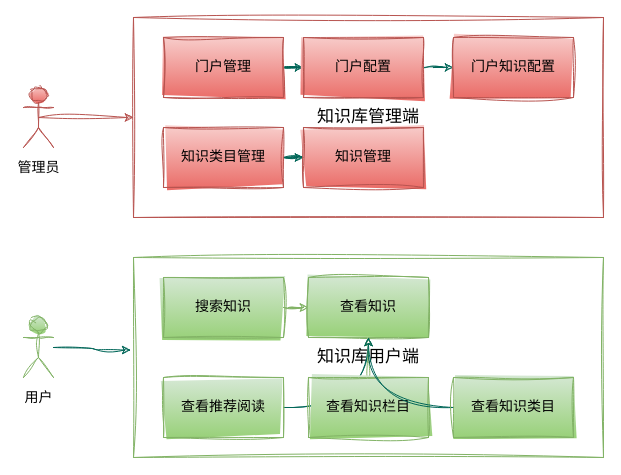
Earlier version of the draw.io diagram work/knowledge_portal/知识门户架构图.drawio (jiswordsman/diagram). Source tidied: cells renumbered, new cells numbered last; positions are measured from the earlier drawing's top-left corner, leaving out a move shared by most shapes. Both pictures are drawn from the tidied source at 100%, with x=0, y=0 at pixel (23, 17).
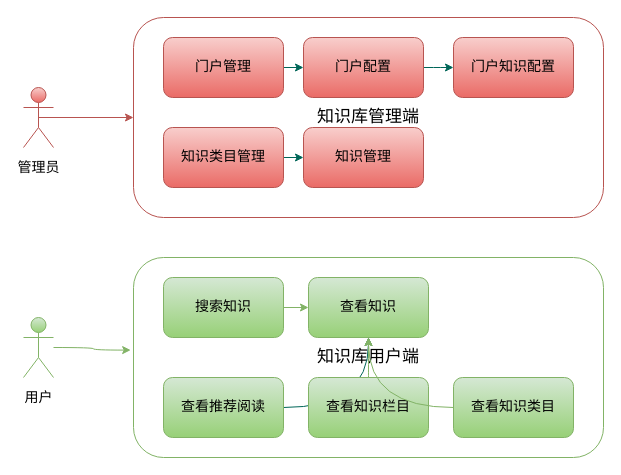
The same page after the edit.

Commit message (it also covers changes not shown here):
更新知识门户架构图.drawio

Change to the diagram source:
```diff
@@
-    <mxCell id="2" style="edgeStyle=orthogonalEdgeStyle;rounded=0;sketch=1;hachureGap=4;jiggle=2;curveFitting=1;jettySize=auto;html=1;exitX=0.5;exitY=0.5;exitDx=0;exitDy=0;exitPerimeter=0;entryX=0;entryY=0.5;entryDx=0;entryDy=0;fontFamily=Architects Daughter;fontSize=14;fontColor=#5C5C5C;fillColor=#f8cecc;strokeColor=#b85450;gradientColor=#ea6b66;" parent="1" edge="1" source="3" target="4">
+    <mxCell id="2" style="edgeStyle=orthogonalEdgeStyle;rounded=1;hachureGap=4;jettySize=auto;html=1;exitX=0.5;exitY=0.5;exitDx=0;exitDy=0;exitPerimeter=0;entryX=0;entryY=0.5;entryDx=0;entryDy=0;fontFamily=Architects Daughter;fontSize=14;fontColor=#5C5C5C;fillColor=#f8cecc;strokeColor=#b85450;gradientColor=#ea6b66;" parent="1" edge="1" source="3" target="4">
       <mxGeometry relative="1" as="geometry" />
     </mxCell>
-    <mxCell id="3" value="&lt;font style=&quot;font-size: 14px;&quot;&gt;管理员&lt;/font&gt;" style="shape=umlActor;verticalLabelPosition=bottom;verticalAlign=top;html=1;outlineConnect=0;sketch=1;hachureGap=4;jiggle=2;curveFitting=1;fontFamily=Architects Daughter;fontSize=20;labelBackgroundColor=none;fillColor=#f8cecc;strokeColor=#b85450;gradientColor=#ea6b66;" parent="1" vertex="1">
+    <mxCell id="3" value="&lt;font style=&quot;font-size: 14px;&quot;&gt;管理员&lt;/font&gt;" style="shape=umlActor;verticalLabelPosition=bottom;verticalAlign=top;html=1;outlineConnect=0;hachureGap=4;fontFamily=Architects Daughter;fontSize=20;labelBackgroundColor=none;fillColor=#f8cecc;strokeColor=#b85450;gradientColor=#ea6b66;rounded=1;" parent="1" vertex="1">
       <mxGeometry y="70" width="30" height="60" as="geometry" />
     </mxCell>
-    <mxCell id="4" value="&lt;font style=&quot;font-size: 17px;&quot;&gt;知识库管理端&lt;/font&gt;" style="rounded=0;whiteSpace=wrap;html=1;sketch=1;hachureGap=4;jiggle=2;curveFitting=1;fontFamily=Architects Daughter;fontSize=14;fillColor=none;strokeColor=#b85450;gradientColor=#ea6b66;" parent="1" vertex="1">
+    <mxCell id="4" value="&lt;font style=&quot;font-size: 17px;&quot;&gt;知识库管理端&lt;/font&gt;" style="rounded=1;whiteSpace=wrap;html=1;hachureGap=4;fontFamily=Architects Daughter;fontSize=14;fillColor=none;strokeColor=#b85450;gradientColor=#ea6b66;" parent="1" vertex="1">
       <mxGeometry x="110" width="470" height="200" as="geometry" />
     </mxCell>
-    <mxCell id="5" style="edgeStyle=orthogonalEdgeStyle;rounded=0;sketch=1;hachureGap=4;jiggle=2;curveFitting=1;jettySize=auto;html=1;entryX=0;entryY=0.5;entryDx=0;entryDy=0;strokeColor=#006658;fontFamily=Architects Daughter;fontSize=17;fontColor=#5C5C5C;fillColor=#21C0A5;" parent="1" edge="1" source="6" target="8">
+    <mxCell id="5" style="edgeStyle=orthogonalEdgeStyle;rounded=1;hachureGap=4;jettySize=auto;html=1;entryX=0;entryY=0.5;entryDx=0;entryDy=0;strokeColor=#006658;fontFamily=Architects Daughter;fontSize=16;fontColor=#5C5C5C;fillColor=#21C0A5;" parent="1" edge="1" source="6" target="8">
       <mxGeometry relative="1" as="geometry" />
     </mxCell>
-    <mxCell id="6" value="门户管理" style="rounded=0;whiteSpace=wrap;html=1;sketch=1;hachureGap=4;jiggle=2;curveFitting=1;fontFamily=Architects Daughter;fontSize=14;fillColor=#f8cecc;strokeColor=#b85450;gradientColor=#ea6b66;" parent="1" vertex="1">
+    <mxCell id="6" value="门户管理" style="rounded=1;whiteSpace=wrap;html=1;hachureGap=4;fontFamily=Architects Daughter;fontSize=14;fillColor=#f8cecc;strokeColor=#b85450;gradientColor=#ea6b66;" parent="1" vertex="1">
       <mxGeometry x="140" y="20" width="120" height="60" as="geometry" />
     </mxCell>
-    <mxCell id="7" style="edgeStyle=orthogonalEdgeStyle;rounded=0;sketch=1;hachureGap=4;jiggle=2;curveFitting=1;jettySize=auto;html=1;entryX=0;entryY=0.5;entryDx=0;entryDy=0;strokeColor=#006658;fontFamily=Architects Daughter;fontSize=17;fontColor=#5C5C5C;fillColor=#21C0A5;" parent="1" edge="1" source="8" target="9">
+    <mxCell id="7" style="edgeStyle=orthogonalEdgeStyle;rounded=1;hachureGap=4;jettySize=auto;html=1;entryX=0;entryY=0.5;entryDx=0;entryDy=0;strokeColor=#006658;fontFamily=Architects Daughter;fontSize=16;fontColor=#5C5C5C;fillColor=#21C0A5;" parent="1" edge="1" source="8" target="9">
       <mxGeometry relative="1" as="geometry" />
     </mxCell>
-    <mxCell id="8" value="门户配置" style="rounded=0;whiteSpace=wrap;html=1;sketch=1;hachureGap=4;jiggle=2;curveFitting=1;fontFamily=Architects Daughter;fontSize=14;fillColor=#f8cecc;strokeColor=#b85450;gradientColor=#ea6b66;" parent="1" vertex="1">
+    <mxCell id="8" value="门户配置" style="rounded=1;whiteSpace=wrap;html=1;hachureGap=4;fontFamily=Architects Daughter;fontSize=14;fillColor=#f8cecc;strokeColor=#b85450;gradientColor=#ea6b66;" parent="1" vertex="1">
       <mxGeometry x="280" y="20" width="120" height="60" as="geometry" />
     </mxCell>
-    <mxCell id="9" value="门户知识配置" style="rounded=0;whiteSpace=wrap;html=1;sketch=1;hachureGap=4;jiggle=2;curveFitting=1;fontFamily=Architects Daughter;fontSize=14;fillColor=#f8cecc;strokeColor=#b85450;gradientColor=#ea6b66;" parent="1" vertex="1">
+    <mxCell id="9" value="门户知识配置" style="rounded=1;whiteSpace=wrap;html=1;hachureGap=4;fontFamily=Architects Daughter;fontSize=14;fillColor=#f8cecc;strokeColor=#b85450;gradientColor=#ea6b66;" parent="1" vertex="1">
       <mxGeometry x="430" y="20" width="120" height="60" as="geometry" />
     </mxCell>
-    <mxCell id="10" style="edgeStyle=orthogonalEdgeStyle;rounded=0;sketch=1;hachureGap=4;jiggle=2;curveFitting=1;jettySize=auto;html=1;entryX=0;entryY=0.5;entryDx=0;entryDy=0;strokeColor=#006658;fontFamily=Architects Daughter;fontSize=17;fontColor=#5C5C5C;fillColor=#21C0A5;" parent="1" edge="1" source="11" target="12">
+    <mxCell id="10" style="edgeStyle=orthogonalEdgeStyle;rounded=1;hachureGap=4;jettySize=auto;html=1;entryX=0;entryY=0.5;entryDx=0;entryDy=0;strokeColor=#006658;fontFamily=Architects Daughter;fontSize=17;fontColor=#5C5C5C;fillColor=#21C0A5;" parent="1" edge="1" source="11" target="12">
       <mxGeometry relative="1" as="geometry" />
     </mxCell>
-    <mxCell id="11" value="知识类目管理" style="rounded=0;whiteSpace=wrap;html=1;sketch=1;hachureGap=4;jiggle=2;curveFitting=1;fontFamily=Architects Daughter;fontSize=14;fillColor=#f8cecc;strokeColor=#b85450;gradientColor=#ea6b66;" parent="1" vertex="1">
+    <mxCell id="11" value="知识类目管理" style="rounded=1;whiteSpace=wrap;html=1;hachureGap=4;fontFamily=Architects Daughter;fontSize=14;fillColor=#f8cecc;strokeColor=#b85450;gradientColor=#ea6b66;" parent="1" vertex="1">
       <mxGeometry x="140" y="110" width="120" height="60" as="geometry" />
     </mxCell>
-    <mxCell id="12" value="知识管理" style="rounded=0;whiteSpace=wrap;html=1;sketch=1;hachureGap=4;jiggle=2;curveFitting=1;fontFamily=Architects Daughter;fontSize=14;fillColor=#f8cecc;strokeColor=#b85450;gradientColor=#ea6b66;" parent="1" vertex="1">
+    <mxCell id="12" value="知识管理" style="rounded=1;whiteSpace=wrap;html=1;hachureGap=4;fontFamily=Architects Daughter;fontSize=14;fillColor=#f8cecc;strokeColor=#b85450;gradientColor=#ea6b66;" parent="1" vertex="1">
       <mxGeometry x="280" y="110" width="120" height="60" as="geometry" />
     </mxCell>
-    <mxCell id="13" value="&lt;font style=&quot;font-size: 17px;&quot;&gt;知识库用户端&lt;/font&gt;" style="rounded=0;whiteSpace=wrap;html=1;sketch=1;hachureGap=4;jiggle=2;curveFitting=1;fontFamily=Architects Daughter;fontSize=14;fillColor=none;strokeColor=#82b366;gradientColor=#97d077;" parent="1" vertex="1">
+    <mxCell id="13" value="&lt;font style=&quot;font-size: 17px;&quot;&gt;知识库用户端&lt;/font&gt;" style="rounded=1;whiteSpace=wrap;html=1;hachureGap=4;fontFamily=Architects Daughter;fontSize=14;fillColor=none;strokeColor=#82b366;gradientColor=#97d077;" parent="1" vertex="1">
       <mxGeometry x="110" y="240" width="470" height="200" as="geometry" />
     </mxCell>
-    <mxCell id="14" style="edgeStyle=orthogonalEdgeStyle;curved=1;rounded=0;sketch=1;hachureGap=4;jiggle=2;curveFitting=1;jettySize=auto;html=1;entryX=-0.006;entryY=0.463;entryDx=0;entryDy=0;entryPerimeter=0;strokeColor=#006658;fontFamily=Architects Daughter;fontSize=17;fontColor=#5C5C5C;fillColor=#21C0A5;" parent="1" edge="1" source="15" target="13">
+    <mxCell id="14" style="edgeStyle=orthogonalEdgeStyle;curved=1;rounded=1;hachureGap=4;jettySize=auto;html=1;entryX=-0.006;entryY=0.463;entryDx=0;entryDy=0;entryPerimeter=0;strokeColor=#82b366;fontFamily=Architects Daughter;fontSize=17;fontColor=#5C5C5C;fillColor=#d5e8d4;gradientColor=#97d077;" parent="1" edge="1" source="15" target="13">
       <mxGeometry relative="1" as="geometry" />
     </mxCell>
-    <mxCell id="15" value="&lt;font style=&quot;font-size: 14px;&quot;&gt;用户&lt;/font&gt;" style="shape=umlActor;verticalLabelPosition=bottom;verticalAlign=top;html=1;outlineConnect=0;sketch=1;hachureGap=4;jiggle=2;curveFitting=1;fontFamily=Architects Daughter;fontSize=20;labelBackgroundColor=none;fillColor=#d5e8d4;strokeColor=#82b366;gradientColor=#97d077;" parent="1" vertex="1">
+    <mxCell id="15" value="&lt;font style=&quot;font-size: 14px;&quot;&gt;用户&lt;/font&gt;" style="shape=umlActor;verticalLabelPosition=bottom;verticalAlign=top;html=1;outlineConnect=0;hachureGap=4;fontFamily=Architects Daughter;fontSize=20;labelBackgroundColor=none;fillColor=#d5e8d4;strokeColor=#82b366;gradientColor=#97d077;rounded=1;" parent="1" vertex="1">
       <mxGeometry y="300" width="30" height="60" as="geometry" />
     </mxCell>
-    <mxCell id="16" style="edgeStyle=orthogonalEdgeStyle;rounded=0;sketch=1;hachureGap=4;jiggle=2;curveFitting=1;jettySize=auto;html=1;entryX=0;entryY=0.5;entryDx=0;entryDy=0;strokeColor=#82b366;fontFamily=Architects Daughter;fontSize=17;fontColor=#5C5C5C;fillColor=#d5e8d4;gradientColor=#97d077;" parent="1" edge="1" source="17" target="18">
+    <mxCell id="16" style="edgeStyle=orthogonalEdgeStyle;rounded=1;hachureGap=4;jettySize=auto;html=1;entryX=0;entryY=0.5;entryDx=0;entryDy=0;strokeColor=#82b366;fontFamily=Architects Daughter;fontSize=17;fontColor=#5C5C5C;fillColor=#d5e8d4;gradientColor=#97d077;" parent="1" edge="1" source="17" target="18">
       <mxGeometry relative="1" as="geometry" />
     </mxCell>
-    <mxCell id="17" value="搜索知识" style="rounded=0;whiteSpace=wrap;html=1;sketch=1;hachureGap=4;jiggle=2;curveFitting=1;fontFamily=Architects Daughter;fontSize=14;fillColor=#d5e8d4;strokeColor=#82b366;gradientColor=#97d077;" parent="1" vertex="1">
+    <mxCell id="17" value="搜索知识" style="rounded=1;whiteSpace=wrap;html=1;hachureGap=4;fontFamily=Architects Daughter;fontSize=14;fillColor=#d5e8d4;strokeColor=#82b366;gradientColor=#97d077;" parent="1" vertex="1">
       <mxGeometry x="140" y="260" width="120" height="60" as="geometry" />
     </mxCell>
-    <mxCell id="18" value="查看知识" style="rounded=0;whiteSpace=wrap;html=1;sketch=1;hachureGap=4;jiggle=2;curveFitting=1;fontFamily=Architects Daughter;fontSize=14;fillColor=#d5e8d4;strokeColor=#82b366;gradientColor=#97d077;" parent="1" vertex="1">
+    <mxCell id="18" value="查看知识" style="rounded=1;whiteSpace=wrap;html=1;hachureGap=4;fontFamily=Architects Daughter;fontSize=14;fillColor=#d5e8d4;strokeColor=#82b366;gradientColor=#97d077;" parent="1" vertex="1">
       <mxGeometry x="285" y="260" width="120" height="60" as="geometry" />
     </mxCell>
-    <mxCell id="19" style="edgeStyle=orthogonalEdgeStyle;curved=1;rounded=0;sketch=1;hachureGap=4;jiggle=2;curveFitting=1;jettySize=auto;html=1;strokeColor=#006658;fontFamily=Architects Daughter;fontSize=17;fontColor=#5C5C5C;fillColor=#21C0A5;" parent="1" edge="1" source="20" target="18">
+    <mxCell id="19" style="edgeStyle=orthogonalEdgeStyle;curved=1;rounded=1;hachureGap=4;jettySize=auto;html=1;strokeColor=#006658;fontFamily=Architects Daughter;fontSize=17;fontColor=#5C5C5C;fillColor=#21C0A5;" parent="1" edge="1" source="20" target="18">
       <mxGeometry relative="1" as="geometry" />
     </mxCell>
-    <mxCell id="20" value="查看推荐阅读" style="rounded=0;whiteSpace=wrap;html=1;sketch=1;hachureGap=4;jiggle=2;curveFitting=1;fontFamily=Architects Daughter;fontSize=14;fillColor=#d5e8d4;strokeColor=#82b366;gradientColor=#97d077;" parent="1" vertex="1">
+    <mxCell id="20" value="查看推荐阅读" style="rounded=1;whiteSpace=wrap;html=1;hachureGap=4;fontFamily=Architects Daughter;fontSize=14;fillColor=#d5e8d4;strokeColor=#82b366;gradientColor=#97d077;" parent="1" vertex="1">
       <mxGeometry x="140" y="360" width="120" height="60" as="geometry" />
     </mxCell>
-    <mxCell id="21" style="edgeStyle=orthogonalEdgeStyle;rounded=0;sketch=1;hachureGap=4;jiggle=2;curveFitting=1;jettySize=auto;html=1;entryX=0.5;entryY=1;entryDx=0;entryDy=0;strokeColor=#82b366;fontFamily=Architects Daughter;fontSize=17;fontColor=#5C5C5C;fillColor=#d5e8d4;curved=1;gradientColor=#97d077;" parent="1" edge="1" source="22" target="18">
+    <mxCell id="21" style="edgeStyle=orthogonalEdgeStyle;rounded=1;hachureGap=4;jettySize=auto;html=1;entryX=0.5;entryY=1;entryDx=0;entryDy=0;strokeColor=#82b366;fontFamily=Architects Daughter;fontSize=17;fontColor=#5C5C5C;fillColor=#d5e8d4;curved=1;gradientColor=#97d077;" parent="1" edge="1" source="22" target="18">
       <mxGeometry relative="1" as="geometry" />
     </mxCell>
-    <mxCell id="22" value="查看知识栏目" style="rounded=0;whiteSpace=wrap;html=1;sketch=1;hachureGap=4;jiggle=2;curveFitting=1;fontFamily=Architects Daughter;fontSize=14;fillColor=#d5e8d4;strokeColor=#82b366;gradientColor=#97d077;" parent="1" vertex="1">
+    <mxCell id="22" value="查看知识栏目" style="rounded=1;whiteSpace=wrap;html=1;hachureGap=4;fontFamily=Architects Daughter;fontSize=14;fillColor=#d5e8d4;strokeColor=#82b366;gradientColor=#97d077;" parent="1" vertex="1">
       <mxGeometry x="285" y="360" width="120" height="60" as="geometry" />
     </mxCell>
-    <mxCell id="23" style="edgeStyle=orthogonalEdgeStyle;curved=1;rounded=0;sketch=1;hachureGap=4;jiggle=2;curveFitting=1;jettySize=auto;html=1;strokeColor=#006658;fontFamily=Architects Daughter;fontSize=17;fontColor=#5C5C5C;fillColor=#21C0A5;" parent="1" edge="1" source="24" target="18">
+    <mxCell id="23" style="edgeStyle=orthogonalEdgeStyle;curved=1;rounded=1;hachureGap=4;jettySize=auto;html=1;strokeColor=#82b366;fontFamily=Architects Daughter;fontSize=17;fontColor=#5C5C5C;fillColor=#d5e8d4;gradientColor=#97d077;" parent="1" edge="1" source="24" target="18">
       <mxGeometry relative="1" as="geometry" />
     </mxCell>
-    <mxCell id="24" value="查看知识类目" style="rounded=0;whiteSpace=wrap;html=1;sketch=1;hachureGap=4;jiggle=2;curveFitting=1;fontFamily=Architects Daughter;fontSize=14;fillColor=#d5e8d4;strokeColor=#82b366;gradientColor=#97d077;" parent="1" vertex="1">
+    <mxCell id="24" value="查看知识类目" style="rounded=1;whiteSpace=wrap;html=1;hachureGap=4;fontFamily=Architects Daughter;fontSize=14;fillColor=#d5e8d4;strokeColor=#82b366;gradientColor=#97d077;" parent="1" vertex="1">
       <mxGeometry x="430" y="360" width="120" height="60" as="geometry" />
     </mxCell>
```
